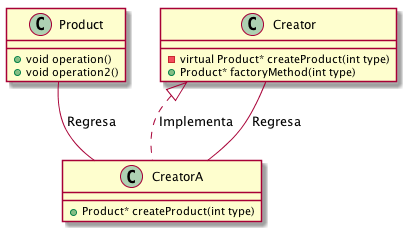
Above: Clase/FactoryMethod/FactoryMethod/Out/hierachy.png in axgtz/AyM-de-Sistemas-de-Software (PlantUML), before the change.
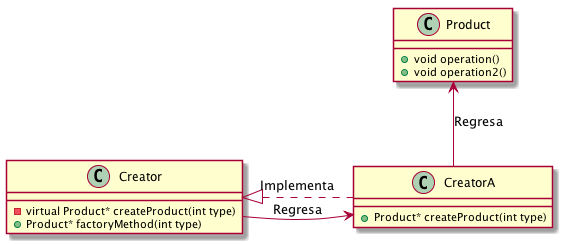
Later version of the same file.

Diff of the diagram source:
```diff
@@ -15,7 +15,7 @@
   }
 
   Creator <|..CreatorA : Implementa
-  Creator -- CreatorA :  Regresa
-  Product -- CreatorA :  Regresa
+  Creator -> CreatorA :  Regresa
+  Product <-- CreatorA :  Regresa
 
 @enduml
```
